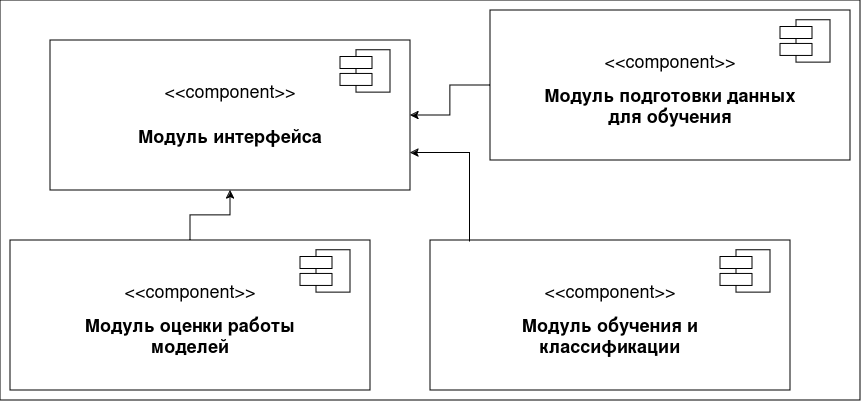
This is coursework-text/pic/architecture.png from Goldria/popularity-forecast-github, a draw.io export, as it was before one commit. Source tidied: cells renumbered, new cells last; positions are measured from the earlier drawing's top-left corner, leaving out a move shared by most shapes. Source of this version:
```xml
<mxGraphModel>
  <root>
    <mxCell id="0" />
    <mxCell id="1" parent="0" />
    <mxCell id="2" style="rounded=0;whiteSpace=wrap;html=1;" parent="1" vertex="1">
      <mxGeometry width="860" height="400" as="geometry" />
    </mxCell>
    <mxCell id="3" style="group;fontSize=13;" parent="1" vertex="1">
      <mxGeometry x="10" y="240" width="360" height="150" as="geometry" />
    </mxCell>
    <mxCell id="4" style="rounded=0;whiteSpace=wrap;html=1;" parent="3" vertex="1">
      <mxGeometry width="360" height="150" as="geometry" />
    </mxCell>
    <mxCell id="5" value="&lt;b style=&quot;font-size: 18px;&quot;&gt;&lt;font style=&quot;font-size: 18px;&quot;&gt;Модуль оценки работы моделей &lt;br&gt;&lt;/font&gt;&lt;/b&gt;" style="text;html=1;align=center;verticalAlign=middle;whiteSpace=wrap;rounded=0;fontSize=18;" parent="4" vertex="1">
      <mxGeometry x="45" y="80" width="270" height="30" as="geometry" />
    </mxCell>
    <mxCell id="6" style="shape=component;align=left;spacingLeft=36;rounded=0;shadow=0;comic=0;labelBackgroundColor=none;strokeWidth=1;fontFamily=Verdana;fontSize=12;html=1;" parent="3" vertex="1">
      <mxGeometry x="290" y="9.8" width="50" height="42.4" as="geometry" />
    </mxCell>
    <mxCell id="7" value="&amp;lt;&amp;lt;component&amp;gt;&amp;gt;" style="text;html=1;align=center;verticalAlign=middle;whiteSpace=wrap;rounded=0;fontSize=18;" parent="3" vertex="1">
      <mxGeometry x="150" y="40" width="60" height="19.6" as="geometry" />
    </mxCell>
    <mxCell id="8" style="group;" parent="1" vertex="1">
      <mxGeometry x="430" y="240" width="360" height="150" as="geometry" />
    </mxCell>
    <mxCell id="9" style="rounded=0;whiteSpace=wrap;html=1;" parent="8" vertex="1">
      <mxGeometry width="360" height="150" as="geometry" />
    </mxCell>
    <mxCell id="10" value="&lt;font style=&quot;font-size: 18px;&quot;&gt;&lt;b style=&quot;font-size: 18px;&quot;&gt;Модуль обучения и классификации&lt;br style=&quot;font-size: 18px;&quot;&gt;&lt;/b&gt;&lt;/font&gt;" style="text;html=1;align=center;verticalAlign=middle;whiteSpace=wrap;rounded=0;fontSize=18;" parent="9" vertex="1">
      <mxGeometry x="45" y="80" width="270" height="30" as="geometry" />
    </mxCell>
    <mxCell id="11" style="shape=component;align=left;spacingLeft=36;rounded=0;shadow=0;comic=0;labelBackgroundColor=none;strokeWidth=1;fontFamily=Verdana;fontSize=12;html=1;" parent="8" vertex="1">
      <mxGeometry x="290" y="9.8" width="50" height="42.4" as="geometry" />
    </mxCell>
    <mxCell id="12" value="&amp;lt;&amp;lt;component&amp;gt;&amp;gt;" style="text;html=1;align=center;verticalAlign=middle;whiteSpace=wrap;rounded=0;fontSize=18;" parent="8" vertex="1">
      <mxGeometry x="150" y="40" width="60" height="19.6" as="geometry" />
    </mxCell>
    <mxCell id="13" style="group;fontSize=13;" parent="1" vertex="1">
      <mxGeometry x="490" y="10" width="360" height="150" as="geometry" />
    </mxCell>
    <mxCell id="14" style="rounded=0;whiteSpace=wrap;html=1;" parent="13" vertex="1">
      <mxGeometry width="360" height="150" as="geometry" />
    </mxCell>
    <mxCell id="15" value="&lt;b&gt;Модуль подготовки данных для обучения&lt;br&gt;&lt;/b&gt;" style="text;html=1;align=center;verticalAlign=middle;whiteSpace=wrap;rounded=0;fontSize=18;" parent="14" vertex="1">
      <mxGeometry x="45" y="80" width="270" height="30" as="geometry" />
    </mxCell>
    <mxCell id="16" style="shape=component;align=left;spacingLeft=36;rounded=0;shadow=0;comic=0;labelBackgroundColor=none;strokeWidth=1;fontFamily=Verdana;fontSize=12;html=1;" parent="13" vertex="1">
      <mxGeometry x="290" y="9.8" width="50" height="42.4" as="geometry" />
    </mxCell>
    <mxCell id="17" value="&amp;lt;&amp;lt;component&amp;gt;&amp;gt;" style="text;html=1;align=center;verticalAlign=middle;whiteSpace=wrap;rounded=0;fontSize=18;" parent="13" vertex="1">
      <mxGeometry x="150" y="40" width="60" height="19.6" as="geometry" />
    </mxCell>
    <mxCell id="18" style="group;fontSize=13;" parent="1" vertex="1">
      <mxGeometry x="50" y="40" width="360" height="150" as="geometry" />
    </mxCell>
    <mxCell id="19" style="rounded=0;whiteSpace=wrap;html=1;" parent="18" vertex="1">
      <mxGeometry width="360" height="150" as="geometry" />
    </mxCell>
    <mxCell id="20" value="&lt;b&gt;Модуль интерфейса&lt;br&gt;&lt;/b&gt;" style="text;html=1;align=center;verticalAlign=middle;whiteSpace=wrap;rounded=0;fontSize=18;" parent="19" vertex="1">
      <mxGeometry x="45" y="80" width="270" height="30" as="geometry" />
    </mxCell>
    <mxCell id="21" style="shape=component;align=left;spacingLeft=36;rounded=0;shadow=0;comic=0;labelBackgroundColor=none;strokeWidth=1;fontFamily=Verdana;fontSize=12;html=1;" parent="18" vertex="1">
      <mxGeometry x="290" y="9.8" width="50" height="42.4" as="geometry" />
    </mxCell>
    <mxCell id="22" value="&amp;lt;&amp;lt;component&amp;gt;&amp;gt;" style="text;html=1;align=center;verticalAlign=middle;whiteSpace=wrap;rounded=0;fontSize=18;" parent="18" vertex="1">
      <mxGeometry x="150" y="40" width="60" height="19.6" as="geometry" />
    </mxCell>
    <mxCell id="23" style="edgeStyle=orthogonalEdgeStyle;rounded=0;jettySize=auto;html=1;exitX=0.5;exitY=0;exitDx=0;exitDy=0;entryX=0.5;entryY=1;entryDx=0;entryDy=0;" parent="1" edge="1" source="4" target="19">
      <mxGeometry relative="1" as="geometry" />
    </mxCell>
    <mxCell id="24" style="edgeStyle=orthogonalEdgeStyle;rounded=0;jettySize=auto;html=1;entryX=1;entryY=0.5;entryDx=0;entryDy=0;" parent="1" edge="1" source="14" target="19">
      <mxGeometry relative="1" as="geometry" />
    </mxCell>
    <mxCell id="25" style="edgeStyle=orthogonalEdgeStyle;rounded=0;jettySize=auto;html=1;exitX=0.11;exitY=0.01;exitDx=0;exitDy=0;entryX=1;entryY=0.75;entryDx=0;entryDy=0;exitPerimeter=0;" parent="1" edge="1" source="9" target="19">
      <mxGeometry relative="1" as="geometry">
        <Array as="points">
          <mxPoint x="470" y="152" />
        </Array>
      </mxGeometry>
    </mxCell>
  </root>
</mxGraphModel>
```
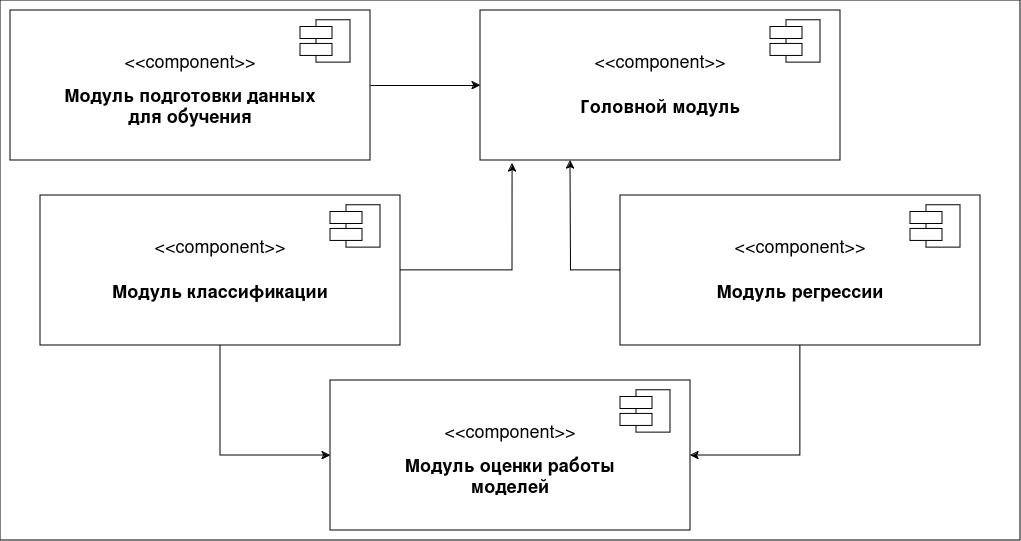
The same file after the commit.

What changed in the source:
```diff
@@ -3,10 +3,10 @@
     <mxCell id="0" />
     <mxCell id="1" parent="0" />
     <mxCell id="2" style="rounded=0;whiteSpace=wrap;html=1;" parent="1" vertex="1">
-      <mxGeometry width="860" height="400" as="geometry" />
+      <mxGeometry x="-160" width="1020" height="540" as="geometry" />
     </mxCell>
     <mxCell id="3" style="group;fontSize=13;" parent="1" vertex="1">
-      <mxGeometry x="10" y="240" width="360" height="150" as="geometry" />
+      <mxGeometry x="170" y="380" width="360" height="150" as="geometry" />
     </mxCell>
     <mxCell id="4" style="rounded=0;whiteSpace=wrap;html=1;" parent="3" vertex="1">
       <mxGeometry width="360" height="150" as="geometry" />
@@ -21,12 +21,17 @@
       <mxGeometry x="150" y="40" width="60" height="19.6" as="geometry" />
     </mxCell>
     <mxCell id="8" style="group;" parent="1" vertex="1">
-      <mxGeometry x="430" y="240" width="360" height="150" as="geometry" />
+      <mxGeometry x="460" y="195" width="360" height="150" as="geometry" />
     </mxCell>
+    <mxCell id="26" style="edgeStyle=orthogonalEdgeStyle;rounded=0;jettySize=auto;html=1;" parent="8" edge="1" source="9">
+      <mxGeometry relative="1" as="geometry">
+        <mxPoint x="-50" y="-35" as="targetPoint" />
+      </mxGeometry>
+    </mxCell>
     <mxCell id="9" style="rounded=0;whiteSpace=wrap;html=1;" parent="8" vertex="1">
       <mxGeometry width="360" height="150" as="geometry" />
     </mxCell>
-    <mxCell id="10" value="&lt;font style=&quot;font-size: 18px;&quot;&gt;&lt;b style=&quot;font-size: 18px;&quot;&gt;Модуль обучения и классификации&lt;br style=&quot;font-size: 18px;&quot;&gt;&lt;/b&gt;&lt;/font&gt;" style="text;html=1;align=center;verticalAlign=middle;whiteSpace=wrap;rounded=0;fontSize=18;" parent="9" vertex="1">
+    <mxCell id="10" value="&lt;font style=&quot;font-size: 18px;&quot;&gt;&lt;b style=&quot;font-size: 18px;&quot;&gt;Модуль регрессии&lt;br&gt;&lt;/b&gt;&lt;/font&gt;" style="text;html=1;align=center;verticalAlign=middle;whiteSpace=wrap;rounded=0;fontSize=18;" parent="9" vertex="1">
       <mxGeometry x="45" y="80" width="270" height="30" as="geometry" />
     </mxCell>
     <mxCell id="11" style="shape=component;align=left;spacingLeft=36;rounded=0;shadow=0;comic=0;labelBackgroundColor=none;strokeWidth=1;fontFamily=Verdana;fontSize=12;html=1;" parent="8" vertex="1">
@@ -36,7 +41,7 @@
       <mxGeometry x="150" y="40" width="60" height="19.6" as="geometry" />
     </mxCell>
     <mxCell id="13" style="group;fontSize=13;" parent="1" vertex="1">
-      <mxGeometry x="490" y="10" width="360" height="150" as="geometry" />
+      <mxGeometry x="-150" y="10" width="360" height="150" as="geometry" />
     </mxCell>
     <mxCell id="14" style="rounded=0;whiteSpace=wrap;html=1;" parent="13" vertex="1">
       <mxGeometry width="360" height="150" as="geometry" />
@@ -51,12 +56,12 @@
       <mxGeometry x="150" y="40" width="60" height="19.6" as="geometry" />
     </mxCell>
     <mxCell id="18" style="group;fontSize=13;" parent="1" vertex="1">
-      <mxGeometry x="50" y="40" width="360" height="150" as="geometry" />
+      <mxGeometry x="320" y="10" width="360" height="150" as="geometry" />
     </mxCell>
     <mxCell id="19" style="rounded=0;whiteSpace=wrap;html=1;" parent="18" vertex="1">
       <mxGeometry width="360" height="150" as="geometry" />
     </mxCell>
-    <mxCell id="20" value="&lt;b&gt;Модуль интерфейса&lt;br&gt;&lt;/b&gt;" style="text;html=1;align=center;verticalAlign=middle;whiteSpace=wrap;rounded=0;fontSize=18;" parent="19" vertex="1">
+    <mxCell id="20" value="&lt;b&gt;Головной модуль&lt;br&gt;&lt;/b&gt;" style="text;html=1;align=center;verticalAlign=middle;whiteSpace=wrap;rounded=0;fontSize=18;" parent="19" vertex="1">
       <mxGeometry x="45" y="80" width="270" height="30" as="geometry" />
     </mxCell>
     <mxCell id="21" style="shape=component;align=left;spacingLeft=36;rounded=0;shadow=0;comic=0;labelBackgroundColor=none;strokeWidth=1;fontFamily=Verdana;fontSize=12;html=1;" parent="18" vertex="1">
@@ -65,18 +70,32 @@
     <mxCell id="22" value="&amp;lt;&amp;lt;component&amp;gt;&amp;gt;" style="text;html=1;align=center;verticalAlign=middle;whiteSpace=wrap;rounded=0;fontSize=18;" parent="18" vertex="1">
       <mxGeometry x="150" y="40" width="60" height="19.6" as="geometry" />
     </mxCell>
-    <mxCell id="23" style="edgeStyle=orthogonalEdgeStyle;rounded=0;jettySize=auto;html=1;exitX=0.5;exitY=0;exitDx=0;exitDy=0;entryX=0.5;entryY=1;entryDx=0;entryDy=0;" parent="1" edge="1" source="4" target="19">
-      <mxGeometry relative="1" as="geometry" />
-    </mxCell>
+    <mxCell id="27" style="group;" parent="1" vertex="1">
+      <mxGeometry x="-120" y="195" width="360" height="150" as="geometry" />
+    </mxCell>
+    <mxCell id="28" style="rounded=0;whiteSpace=wrap;html=1;" parent="27" vertex="1">
+      <mxGeometry width="360" height="150" as="geometry" />
+    </mxCell>
+    <mxCell id="29" value="&lt;font style=&quot;font-size: 18px;&quot;&gt;&lt;b style=&quot;font-size: 18px;&quot;&gt;Модуль классификации&lt;br style=&quot;font-size: 18px;&quot;&gt;&lt;/b&gt;&lt;/font&gt;" style="text;html=1;align=center;verticalAlign=middle;whiteSpace=wrap;rounded=0;fontSize=18;" parent="28" vertex="1">
+      <mxGeometry x="45" y="80" width="270" height="30" as="geometry" />
+    </mxCell>
+    <mxCell id="30" style="shape=component;align=left;spacingLeft=36;rounded=0;shadow=0;comic=0;labelBackgroundColor=none;strokeWidth=1;fontFamily=Verdana;fontSize=12;html=1;" parent="27" vertex="1">
+      <mxGeometry x="290" y="9.8" width="50" height="42.4" as="geometry" />
+    </mxCell>
+    <mxCell id="31" value="&amp;lt;&amp;lt;component&amp;gt;&amp;gt;" style="text;html=1;align=center;verticalAlign=middle;whiteSpace=wrap;rounded=0;fontSize=18;" parent="27" vertex="1">
+      <mxGeometry x="150" y="40" width="60" height="19.6" as="geometry" />
+    </mxCell>
-    <mxCell id="24" style="edgeStyle=orthogonalEdgeStyle;rounded=0;jettySize=auto;html=1;entryX=1;entryY=0.5;entryDx=0;entryDy=0;" parent="1" edge="1" source="14" target="19">
+    <mxCell id="24" style="edgeStyle=orthogonalEdgeStyle;rounded=0;jettySize=auto;html=1;" parent="1" edge="1" source="14" target="19">
       <mxGeometry relative="1" as="geometry" />
     </mxCell>
-    <mxCell id="25" style="edgeStyle=orthogonalEdgeStyle;rounded=0;jettySize=auto;html=1;exitX=0.11;exitY=0.01;exitDx=0;exitDy=0;entryX=1;entryY=0.75;entryDx=0;entryDy=0;exitPerimeter=0;" parent="1" edge="1" source="9" target="19">
-      <mxGeometry relative="1" as="geometry">
-        <Array as="points">
-          <mxPoint x="470" y="152" />
-        </Array>
-      </mxGeometry>
-    </mxCell>
+    <mxCell id="32" style="edgeStyle=orthogonalEdgeStyle;rounded=0;jettySize=auto;html=1;exitX=1;exitY=0.5;exitDx=0;exitDy=0;entryX=0.089;entryY=1.02;entryDx=0;entryDy=0;entryPerimeter=0;" parent="1" edge="1" source="28" target="19">
+      <mxGeometry relative="1" as="geometry" />
+    </mxCell>
+    <mxCell id="33" style="edgeStyle=orthogonalEdgeStyle;rounded=0;jettySize=auto;html=1;entryX=0;entryY=0.5;entryDx=0;entryDy=0;" parent="1" edge="1" source="28" target="4">
+      <mxGeometry relative="1" as="geometry" />
+    </mxCell>
+    <mxCell id="34" style="edgeStyle=orthogonalEdgeStyle;rounded=0;jettySize=auto;html=1;exitX=0.5;exitY=1;exitDx=0;exitDy=0;entryX=1;entryY=0.5;entryDx=0;entryDy=0;" parent="1" edge="1" source="9" target="4">
+      <mxGeometry relative="1" as="geometry" />
+    </mxCell>
   </root>
 </mxGraphModel>
```
